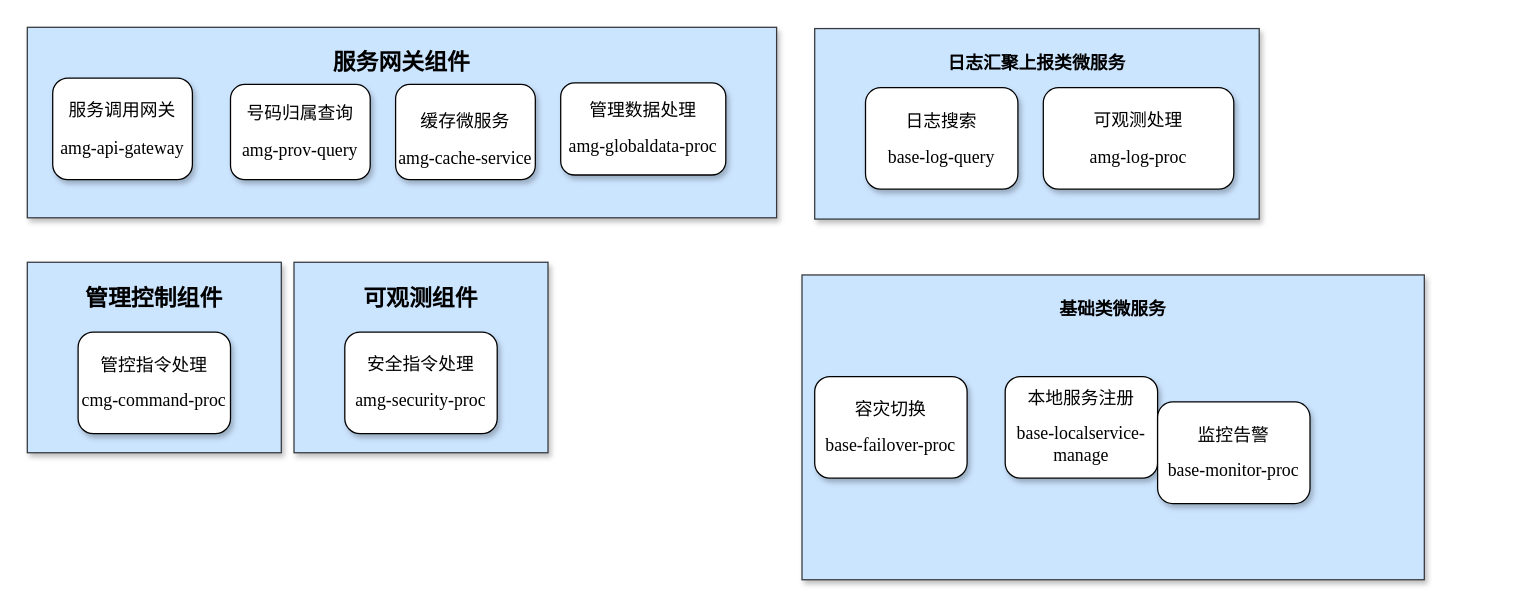
qymmdj/draw-io keeps this draw.io diagram as page "微服务拆分" (3 of 9) of 智慧中台AMG.drawio. Above is the earlier version. Source tidied: cells renumbered, new cells numbered last; positions are measured from the earlier drawing's top-left corner, leaving out a move shared by most shapes. Both pictures are drawn from the tidied source at 127%, with x=0, y=0 at pixel (27, 27).
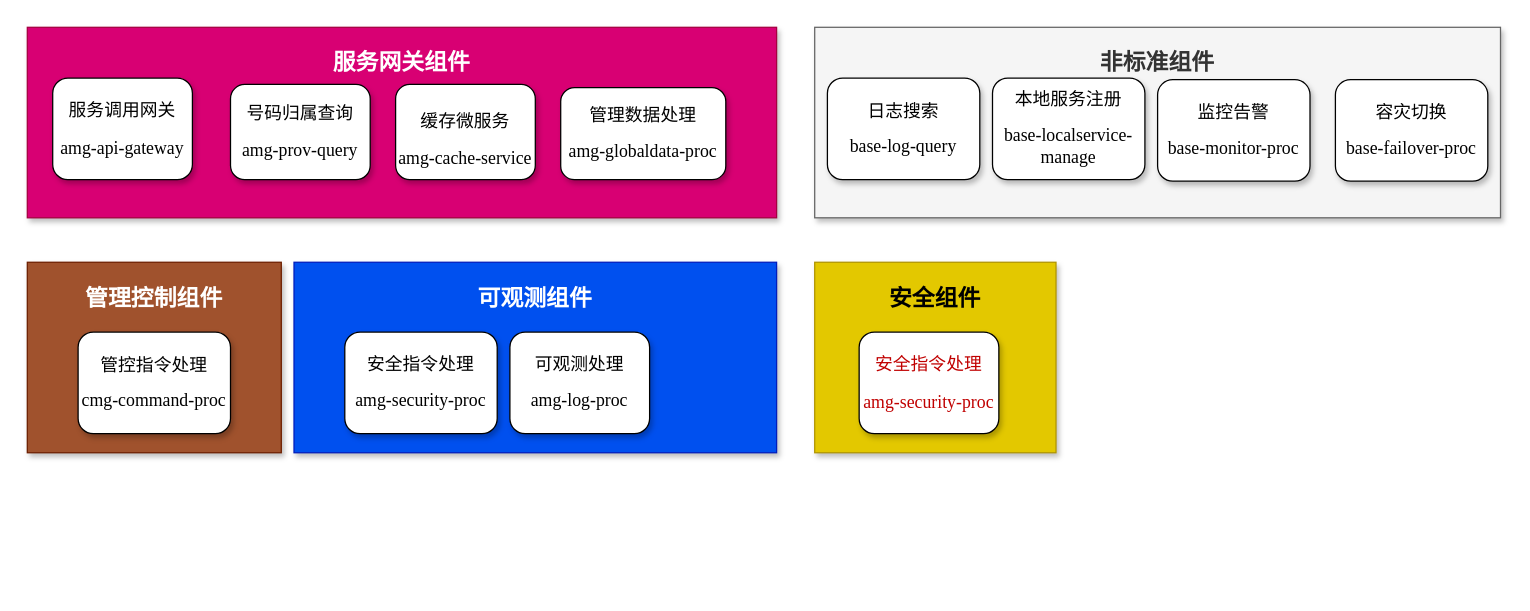
The same page after the edit.

Diff of the diagram source:
```diff
@@
 <mxGraphModel>
   <root>
     <mxCell id="0" />
     <mxCell id="1" parent="0" />
-    <mxCell id="2" value="&lt;p class=&quot;MsoNormal&quot;&gt;&lt;b&gt;&lt;font face=&quot;Courier New&quot; style=&quot;font-size: 18px&quot;&gt;服务网关组件&lt;/font&gt;&lt;/b&gt;&lt;/p&gt;" style="rounded=0;whiteSpace=wrap;html=1;shadow=1;glass=0;fillColor=#cce5ff;verticalAlign=top;strokeColor=#36393d;" parent="1" vertex="1">
+    <mxCell id="2" value="&lt;p class=&quot;MsoNormal&quot;&gt;&lt;b&gt;&lt;font face=&quot;Courier New&quot; style=&quot;font-size: 18px&quot;&gt;服务网关组件&lt;/font&gt;&lt;/b&gt;&lt;/p&gt;" style="rounded=0;whiteSpace=wrap;html=1;shadow=1;glass=0;fillColor=#d80073;verticalAlign=top;strokeColor=#A50040;fontColor=#ffffff;" parent="1" vertex="1">
       <mxGeometry width="590" height="150" as="geometry" />
     </mxCell>
-    <mxCell id="3" value="&lt;p class=&quot;MsoNormal&quot;&gt;&lt;b&gt;&lt;font style=&quot;font-size: 18px&quot;&gt;管理控制组件&lt;/font&gt;&lt;/b&gt;&lt;/p&gt;" style="rounded=0;whiteSpace=wrap;html=1;shadow=1;glass=0;fillColor=#cce5ff;verticalAlign=top;strokeColor=#36393d;" parent="1" vertex="1">
+    <mxCell id="3" value="&lt;p class=&quot;MsoNormal&quot;&gt;&lt;b&gt;&lt;font style=&quot;font-size: 18px&quot;&gt;管理控制组件&lt;/font&gt;&lt;/b&gt;&lt;/p&gt;" style="rounded=0;whiteSpace=wrap;html=1;shadow=1;glass=0;fillColor=#a0522d;verticalAlign=top;strokeColor=#6D1F00;fontColor=#ffffff;" parent="1" vertex="1">
       <mxGeometry y="185" width="200" height="150" as="geometry" />
     </mxCell>
     <mxCell id="4" value="&lt;p class=&quot;MsoNormal&quot;&gt;&lt;span style=&quot;font-family: &amp;#34;times new roman&amp;#34; ; font-size: 10.5000pt&quot;&gt;&lt;font face=&quot;宋体&quot;&gt;服务调用网关&lt;/font&gt;&lt;/span&gt;&lt;/p&gt;&lt;p class=&quot;MsoNormal&quot;&gt;&lt;span style=&quot;font-size: 10.5000pt&quot;&gt;&lt;font face=&quot;Times New Roman&quot;&gt;amg-api-gateway&lt;/font&gt;&lt;/span&gt;&lt;/p&gt;" style="rounded=1;shadow=1;glass=0;sketch=0;horizontal=1;verticalAlign=middle;whiteSpace=wrap;labelBackgroundColor=none;html=1;" parent="1" vertex="1">
       <mxGeometry x="20" y="40" width="110" height="80" as="geometry" />
     </mxCell>
     <mxCell id="5" value="&lt;p class=&quot;MsoNormal&quot;&gt;&lt;span style=&quot;font-family: &amp;#34;times new roman&amp;#34; ; font-size: 10.5000pt&quot;&gt;&lt;font face=&quot;宋体&quot;&gt;号码归属查询&lt;/font&gt;&lt;/span&gt;&lt;/p&gt;&lt;p class=&quot;MsoNormal&quot;&gt;&lt;span style=&quot;font-family: &amp;#34;times new roman&amp;#34; ; font-size: 10.5000pt&quot;&gt;amg-prov-query&lt;/span&gt;&lt;/p&gt;" style="rounded=1;shadow=1;glass=0;sketch=0;horizontal=1;verticalAlign=middle;whiteSpace=wrap;labelBackgroundColor=none;html=1;" parent="1" vertex="1">
       <mxGeometry x="160" y="45" width="110" height="75" as="geometry" />
     </mxCell>
     <mxCell id="6" value="&lt;p class=&quot;MsoNormal&quot;&gt;&lt;span style=&quot;font-size: 14px&quot;&gt;管理数据处理&lt;/span&gt;&lt;/p&gt;&lt;p class=&quot;MsoNormal&quot;&gt;&lt;span style=&quot;font-size: 10.5000pt&quot;&gt;&lt;font face=&quot;Times New Roman&quot;&gt;amg&lt;/font&gt;&lt;/span&gt;&lt;span style=&quot;font-family: &amp;#34;times new roman&amp;#34; ; font-size: 10.5000pt&quot;&gt;-globaldata-proc&lt;/span&gt;&lt;/p&gt;" style="rounded=1;shadow=1;glass=0;sketch=0;horizontal=1;verticalAlign=middle;whiteSpace=wrap;labelBackgroundColor=none;html=1;" parent="1" vertex="1">
-      <mxGeometry x="420" y="43.8" width="130" height="72.5" as="geometry" />
+      <mxGeometry x="420" y="47.5" width="130" height="72.5" as="geometry" />
     </mxCell>
     <mxCell id="7" value="&lt;p class=&quot;MsoNormal&quot;&gt;&lt;span style=&quot;font-size: 10.5pt&quot;&gt;管控指令处理&lt;/span&gt;&lt;/p&gt;&lt;p class=&quot;MsoNormal&quot;&gt;&lt;span style=&quot;font-family: &amp;#34;times new roman&amp;#34; ; font-size: 10.5000pt&quot;&gt;cmg-command-proc&lt;/span&gt;&lt;/p&gt;" style="rounded=1;shadow=1;glass=0;sketch=0;horizontal=1;verticalAlign=middle;whiteSpace=wrap;labelBackgroundColor=none;html=1;" parent="1" vertex="1">
       <mxGeometry x="40" y="240" width="120" height="80" as="geometry" />
     </mxCell>
-    <mxCell id="8" value="&lt;p class=&quot;MsoNormal&quot;&gt;&lt;span style=&quot;font-family: &amp;#34;times new roman&amp;#34; ; font-size: 10.5000pt&quot;&gt;&lt;font face=&quot;宋体&quot;&gt;&lt;b&gt;日志汇聚上报类微服务&lt;/b&gt;&lt;/font&gt;&lt;/span&gt;&lt;/p&gt;" style="rounded=0;whiteSpace=wrap;html=1;shadow=1;glass=0;fillColor=#cce5ff;verticalAlign=top;strokeColor=#36393d;" parent="1" vertex="1">
-      <mxGeometry x="620" y="1" width="350" height="150" as="geometry" />
-    </mxCell>
-    <mxCell id="9" value="&lt;p class=&quot;MsoNormal&quot;&gt;&lt;span style=&quot;font-family: &amp;#34;times new roman&amp;#34; ; font-size: 10.5000pt&quot;&gt;&lt;font face=&quot;宋体&quot;&gt;&lt;b&gt;基础类微服务&lt;/b&gt;&lt;/font&gt;&lt;/span&gt;&lt;/p&gt;" style="rounded=0;whiteSpace=wrap;html=1;shadow=1;glass=0;fillColor=#cce5ff;verticalAlign=top;strokeColor=#36393d;" parent="1" vertex="1">
-      <mxGeometry x="610" y="195" width="490" height="240" as="geometry" />
+    <mxCell id="9" value="&lt;p class=&quot;MsoNormal&quot;&gt;&lt;font style=&quot;font-size: 18px&quot; face=&quot;Courier New&quot;&gt;&lt;b&gt;非标准组件&lt;/b&gt;&lt;/font&gt;&lt;/p&gt;" style="rounded=0;whiteSpace=wrap;html=1;shadow=1;glass=0;verticalAlign=top;fillColor=#f5f5f5;strokeColor=#666666;fontColor=#333333;" parent="1" vertex="1">
+      <mxGeometry x="620" width="540" height="150" as="geometry" />
     </mxCell>
     <mxCell id="10" value="&lt;p class=&quot;MsoNormal&quot;&gt;&lt;span style=&quot;font-size: 10.5pt&quot;&gt;容灾切换&lt;/span&gt;&lt;/p&gt;&lt;p class=&quot;MsoNormal&quot;&gt;&lt;span style=&quot;font-family: &amp;#34;times new roman&amp;#34; ; font-size: 10.5000pt&quot;&gt;base-failover-proc&lt;/span&gt;&lt;/p&gt;" style="rounded=1;shadow=1;glass=0;sketch=0;horizontal=1;verticalAlign=middle;whiteSpace=wrap;labelBackgroundColor=none;html=1;" parent="1" vertex="1">
-      <mxGeometry x="620" y="275" width="120" height="80" as="geometry" />
+      <mxGeometry x="1030" y="41.2" width="120" height="80" as="geometry" />
     </mxCell>
     <mxCell id="11" value="&lt;p class=&quot;MsoNormal&quot;&gt;&lt;span style=&quot;font-size: 10.5pt&quot;&gt;本地服务注册&lt;/span&gt;&lt;/p&gt;&lt;p class=&quot;MsoNormal&quot;&gt;&lt;span style=&quot;font-family: &amp;#34;times new roman&amp;#34; ; font-size: 10.5000pt&quot;&gt;base-localservice-manage&lt;/span&gt;&lt;/p&gt;" style="rounded=1;shadow=1;glass=0;sketch=0;horizontal=1;verticalAlign=middle;whiteSpace=wrap;labelBackgroundColor=none;html=1;" parent="1" vertex="1">
-      <mxGeometry x="770" y="275" width="120" height="80" as="geometry" />
+      <mxGeometry x="760" y="40" width="120" height="80" as="geometry" />
     </mxCell>
     <mxCell id="12" value="&lt;p class=&quot;MsoNormal&quot;&gt;&lt;span style=&quot;font-size: 10.5pt&quot;&gt;监控告警&lt;/span&gt;&lt;/p&gt;&lt;p class=&quot;MsoNormal&quot;&gt;&lt;span style=&quot;font-family: &amp;#34;times new roman&amp;#34; ; font-size: 10.5000pt&quot;&gt;base-monitor-proc&lt;/span&gt;&lt;/p&gt;" style="rounded=1;shadow=1;glass=0;sketch=0;horizontal=1;verticalAlign=middle;whiteSpace=wrap;labelBackgroundColor=none;html=1;" parent="1" vertex="1">
-      <mxGeometry x="890" y="295" width="120" height="80" as="geometry" />
+      <mxGeometry x="890" y="41.2" width="120" height="80" as="geometry" />
     </mxCell>
     <mxCell id="13" value="&lt;p class=&quot;MsoNormal&quot;&gt;&lt;span style=&quot;font-size: 10.5pt&quot;&gt;缓存微服务&lt;/span&gt;&lt;br&gt;&lt;/p&gt;&lt;span style=&quot;font-size: 10.5pt&quot;&gt;&lt;font face=&quot;Times New Roman&quot;&gt;amg-cache&lt;/font&gt;&lt;/span&gt;&lt;span style=&quot;font-family: &amp;#34;times new roman&amp;#34; ; font-size: 10.5pt&quot;&gt;-&lt;/span&gt;&lt;span style=&quot;font-size: 10.5pt&quot;&gt;&lt;font face=&quot;Times New Roman&quot;&gt;service&lt;/font&gt;&lt;/span&gt;" style="rounded=1;shadow=1;glass=0;sketch=0;horizontal=1;verticalAlign=middle;whiteSpace=wrap;labelBackgroundColor=none;html=1;" parent="1" vertex="1">
       <mxGeometry x="290" y="45" width="110" height="75" as="geometry" />
     </mxCell>
     <mxCell id="14" value="&lt;p class=&quot;MsoNormal&quot;&gt;&lt;span style=&quot;font-size: 10.5pt&quot;&gt;日志搜索&lt;/span&gt;&lt;/p&gt;&lt;p class=&quot;MsoNormal&quot;&gt;&lt;span style=&quot;font-family: &amp;#34;times new roman&amp;#34; ; font-size: 10.5000pt&quot;&gt;base-log-query&lt;/span&gt;&lt;/p&gt;" style="rounded=1;shadow=1;glass=0;sketch=0;horizontal=1;verticalAlign=middle;whiteSpace=wrap;labelBackgroundColor=none;html=1;" parent="1" vertex="1">
-      <mxGeometry x="660" y="47.5" width="120" height="80" as="geometry" />
+      <mxGeometry x="630" y="40" width="120" height="80" as="geometry" />
     </mxCell>
-    <mxCell id="15" value="&lt;p class=&quot;MsoNormal&quot;&gt;&lt;span style=&quot;font-size: 10.5pt&quot;&gt;可观测处理&lt;/span&gt;&lt;/p&gt;&lt;p class=&quot;MsoNormal&quot;&gt;&lt;span style=&quot;font-family: &amp;#34;times new roman&amp;#34; ; font-size: 10.5pt&quot;&gt;amg-&lt;/span&gt;&lt;span style=&quot;font-size: 10.5pt&quot;&gt;&lt;font face=&quot;Times New Roman&quot;&gt;log&lt;/font&gt;&lt;/span&gt;&lt;span style=&quot;font-family: &amp;#34;times new roman&amp;#34; ; font-size: 10.5pt&quot;&gt;-&lt;/span&gt;&lt;span style=&quot;font-size: 10.5pt&quot;&gt;&lt;font face=&quot;Times New Roman&quot;&gt;proc&lt;/font&gt;&lt;/span&gt;&lt;br&gt;&lt;/p&gt;" style="rounded=1;shadow=1;glass=0;sketch=0;horizontal=1;verticalAlign=middle;whiteSpace=wrap;labelBackgroundColor=none;html=1;" parent="1" vertex="1">
-      <mxGeometry x="800" y="47.5" width="150" height="80" as="geometry" />
-    </mxCell>
-    <mxCell id="16" value="&lt;p class=&quot;MsoNormal&quot;&gt;&lt;b&gt;&lt;font style=&quot;font-size: 18px&quot;&gt;可观测组件&lt;/font&gt;&lt;/b&gt;&lt;/p&gt;" style="rounded=0;whiteSpace=wrap;html=1;shadow=1;glass=0;fillColor=#cce5ff;verticalAlign=top;strokeColor=#36393d;" parent="1" vertex="1">
-      <mxGeometry x="210" y="185" width="200" height="150" as="geometry" />
+    <mxCell id="16" value="&lt;p class=&quot;MsoNormal&quot;&gt;&lt;b&gt;&lt;font style=&quot;font-size: 18px&quot;&gt;可观测组件&lt;/font&gt;&lt;/b&gt;&lt;/p&gt;" style="rounded=0;whiteSpace=wrap;html=1;shadow=1;glass=0;fillColor=#0050ef;verticalAlign=top;strokeColor=#001DBC;fontColor=#ffffff;" parent="1" vertex="1">
+      <mxGeometry x="210" y="185" width="380" height="150" as="geometry" />
     </mxCell>
     <mxCell id="17" value="&lt;p class=&quot;MsoNormal&quot;&gt;&lt;span style=&quot;font-family: &amp;#34;times new roman&amp;#34; ; font-size: 10.5000pt&quot;&gt;&lt;font face=&quot;宋体&quot;&gt;安全指令处理&lt;/font&gt;&lt;/span&gt;&lt;/p&gt;&lt;p class=&quot;MsoNormal&quot;&gt;&lt;font face=&quot;times new roman&quot;&gt;&lt;span style=&quot;font-size: 14px&quot;&gt;amg-security-proc&lt;/span&gt;&lt;/font&gt;&lt;br&gt;&lt;/p&gt;" style="rounded=1;shadow=1;glass=0;sketch=0;horizontal=1;verticalAlign=middle;whiteSpace=wrap;labelBackgroundColor=none;html=1;" parent="1" vertex="1">
       <mxGeometry x="250" y="240" width="120" height="80" as="geometry" />
     </mxCell>
+    <mxCell id="15" value="&lt;p class=&quot;MsoNormal&quot;&gt;&lt;span style=&quot;font-size: 10.5pt&quot;&gt;可观测处理&lt;/span&gt;&lt;/p&gt;&lt;p class=&quot;MsoNormal&quot;&gt;&lt;span style=&quot;font-family: &amp;#34;times new roman&amp;#34; ; font-size: 10.5pt&quot;&gt;amg-&lt;/span&gt;&lt;span style=&quot;font-size: 10.5pt&quot;&gt;&lt;font face=&quot;Times New Roman&quot;&gt;log&lt;/font&gt;&lt;/span&gt;&lt;span style=&quot;font-family: &amp;#34;times new roman&amp;#34; ; font-size: 10.5pt&quot;&gt;-&lt;/span&gt;&lt;span style=&quot;font-size: 10.5pt&quot;&gt;&lt;font face=&quot;Times New Roman&quot;&gt;proc&lt;/font&gt;&lt;/span&gt;&lt;br&gt;&lt;/p&gt;" style="rounded=1;shadow=1;glass=0;sketch=0;horizontal=1;verticalAlign=middle;whiteSpace=wrap;labelBackgroundColor=none;html=1;" parent="1" vertex="1">
+      <mxGeometry x="380" y="240" width="110" height="80" as="geometry" />
+    </mxCell>
+    <mxCell id="18" value="&lt;p class=&quot;MsoNormal&quot;&gt;&lt;b&gt;&lt;font style=&quot;font-size: 18px&quot;&gt;安全组件&lt;/font&gt;&lt;/b&gt;&lt;/p&gt;" style="rounded=0;whiteSpace=wrap;html=1;shadow=1;glass=0;fillColor=#e3c800;verticalAlign=top;strokeColor=#B09500;fontColor=#000000;" parent="1" vertex="1">
+      <mxGeometry x="620" y="185" width="190" height="150" as="geometry" />
+    </mxCell>
+    <mxCell id="19" value="&lt;p class=&quot;MsoNormal&quot;&gt;&lt;span style=&quot;color: rgb(192 , 0 , 0) ; font-size: 10.5000pt&quot;&gt;安全&lt;/span&gt;&lt;span style=&quot;font-family: &amp;#34;times new roman&amp;#34; ; color: rgb(192 , 0 , 0) ; font-size: 10.5000pt&quot;&gt;&lt;font face=&quot;宋体&quot;&gt;指令处理&lt;/font&gt;&lt;/span&gt;&lt;/p&gt;&lt;p class=&quot;MsoNormal&quot;&gt;&lt;span style=&quot;font-family: &amp;#34;times new roman&amp;#34; ; color: rgb(192 , 0 , 0) ; font-size: 10.5000pt&quot;&gt;amg-&lt;/span&gt;&lt;span style=&quot;color: rgb(192 , 0 , 0) ; font-size: 10.5000pt&quot;&gt;&lt;font face=&quot;Times New Roman&quot;&gt;security&lt;/font&gt;&lt;/span&gt;&lt;span style=&quot;font-family: &amp;#34;times new roman&amp;#34; ; color: rgb(192 , 0 , 0) ; font-size: 10.5000pt&quot;&gt;-proc&lt;/span&gt;&lt;/p&gt;" style="rounded=1;shadow=1;glass=0;sketch=0;horizontal=1;verticalAlign=middle;whiteSpace=wrap;labelBackgroundColor=none;html=1;" parent="1" vertex="1">
+      <mxGeometry x="655" y="240" width="110" height="80" as="geometry" />
+    </mxCell>
   </root>
 </mxGraphModel>
```
